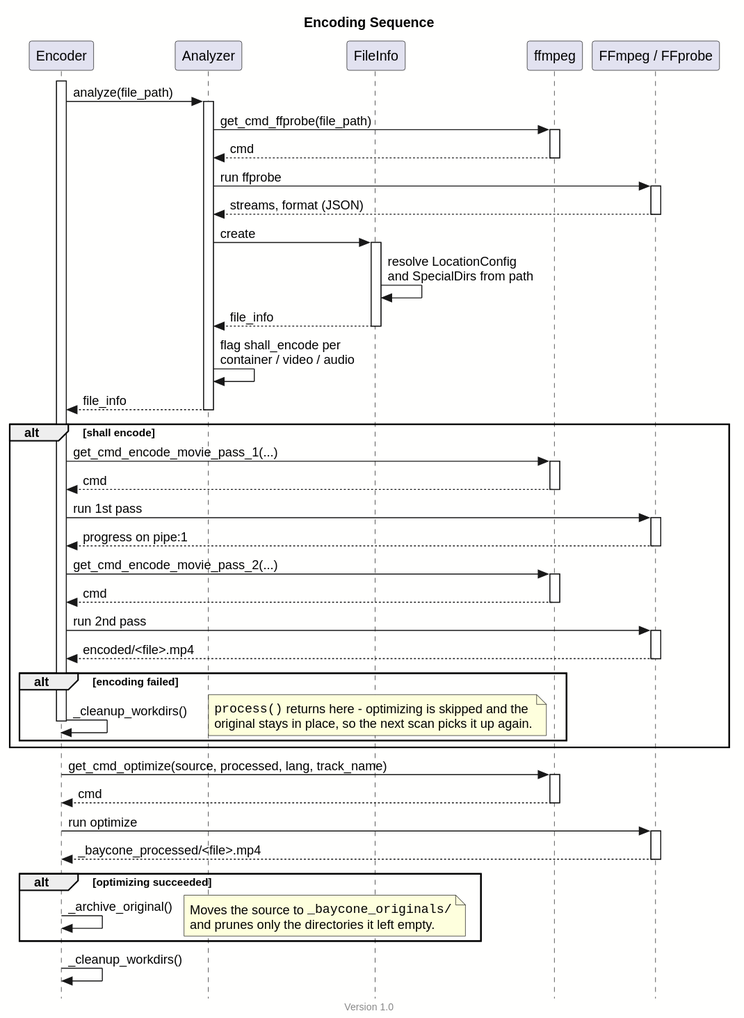
Above: docs/encoding_sequence.svg in theobaldik/baycone (PlantUML), before the change. Its source is kept beside it as docs/encoding_sequence.puml. Its diagram source:
```plantuml
@startuml encoding_sequence

title Encoding Sequence
footer \nVersion 1.0

skinparam style strictuml
skinparam backgroundColor #FFFFFE

participant "Encoder" as encoder
participant "Analyzer" as analyzer
participant "FileInfo" as file_info
participant "ffmpeg" as cmd
participant "FFmpeg / FFprobe" as proc

activate encoder

encoder -> analyzer : analyze(file_path)
activate analyzer

analyzer -> cmd : get_cmd_ffprobe(file_path)
activate cmd
cmd --> analyzer : cmd
deactivate cmd

analyzer -> proc : run ffprobe
activate proc
proc --> analyzer : streams, format (JSON)
deactivate proc

analyzer -> file_info : create
activate file_info
file_info -> file_info : resolve LocationConfig\nand SpecialDirs from path
file_info --> analyzer : file_info
deactivate file_info

analyzer -> analyzer : flag shall_encode per\ncontainer / video / audio
analyzer --> encoder : file_info
deactivate analyzer

alt shall encode
    encoder -> cmd : get_cmd_encode_movie_pass_1(...)
    activate cmd
    cmd --> encoder : cmd
    deactivate cmd
    encoder -> proc : run 1st pass
    activate proc
    proc --> encoder : progress on pipe:1
    deactivate proc

    encoder -> cmd : get_cmd_encode_movie_pass_2(...)
    activate cmd
    cmd --> encoder : cmd
    deactivate cmd
    encoder -> proc : run 2nd pass
    activate proc
    proc --> encoder : encoded/<file>.mp4
    deactivate proc

    alt encoding failed
        encoder -> encoder : _cleanup_workdirs()
        note right
            ""process()"" returns here - optimizing is skipped and the
            original stays in place, so the next scan picks it up again.
        end note
        deactivate encoder
    end
end

encoder -> cmd : get_cmd_optimize(source, processed, lang, track_name)
activate cmd
cmd --> encoder : cmd
deactivate cmd

encoder -> proc : run optimize
activate proc
proc --> encoder : _baycone_processed/<file>.mp4
deactivate proc

alt optimizing succeeded
    encoder -> encoder : _archive_original()
    note right
        Moves the source to ""_baycone_originals/""
        and prunes only the directories it left empty.
    end note
end

encoder -> encoder : _cleanup_workdirs()

@enduml
```
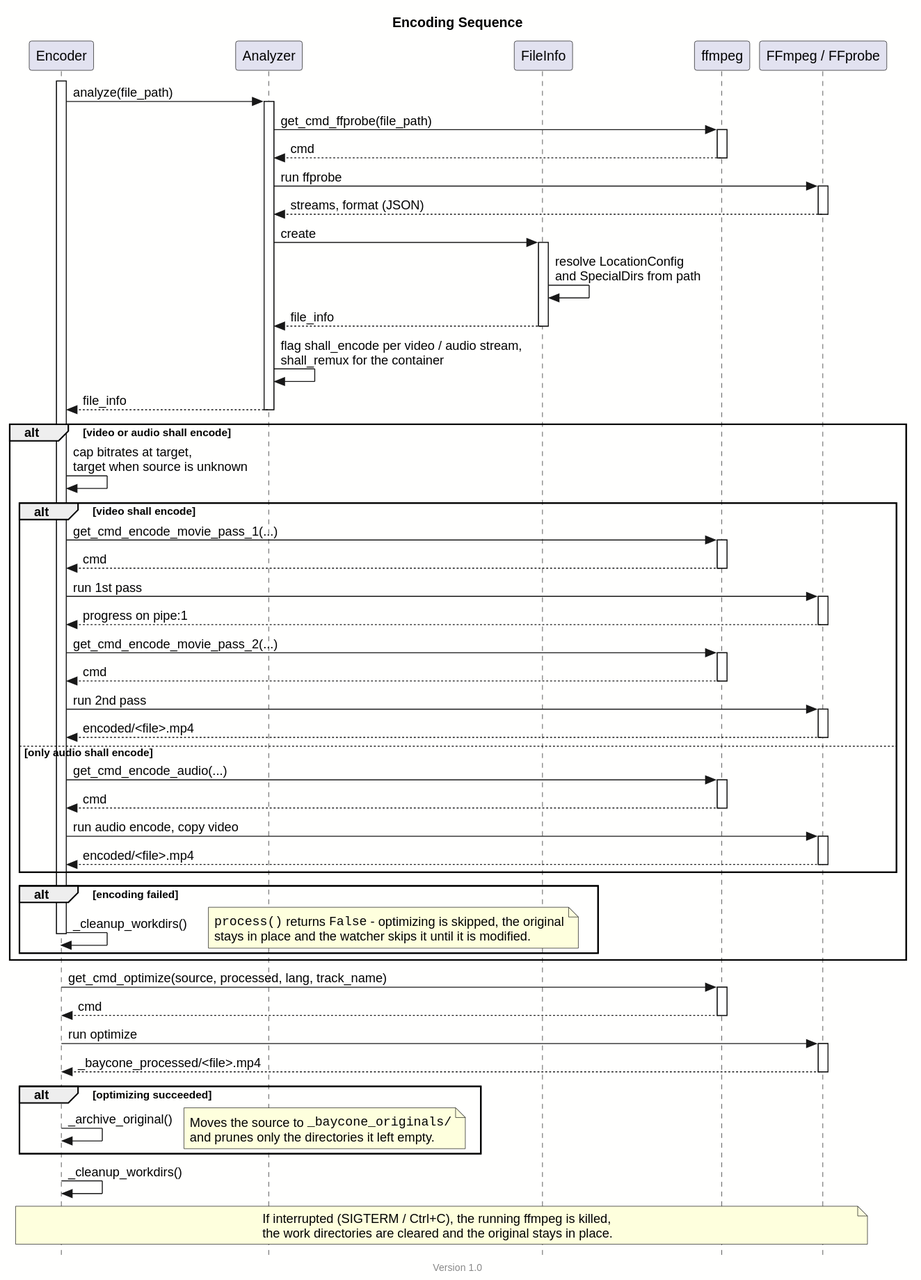
The same file after the commit.

Diff of the diagram source:
```diff
@@ -33,34 +33,47 @@
 file_info --> analyzer : file_info
 deactivate file_info
 
-analyzer -> analyzer : flag shall_encode per\ncontainer / video / audio
+analyzer -> analyzer : flag shall_encode per video / audio stream,\nshall_remux for the container
 analyzer --> encoder : file_info
 deactivate analyzer
 
-alt shall encode
-    encoder -> cmd : get_cmd_encode_movie_pass_1(...)
-    activate cmd
-    cmd --> encoder : cmd
-    deactivate cmd
-    encoder -> proc : run 1st pass
-    activate proc
-    proc --> encoder : progress on pipe:1
-    deactivate proc
+alt video or audio shall encode
+    encoder -> encoder : cap bitrates at target,\ntarget when source is unknown
 
-    encoder -> cmd : get_cmd_encode_movie_pass_2(...)
-    activate cmd
-    cmd --> encoder : cmd
-    deactivate cmd
-    encoder -> proc : run 2nd pass
-    activate proc
-    proc --> encoder : encoded/<file>.mp4
-    deactivate proc
+    alt video shall encode
+        encoder -> cmd : get_cmd_encode_movie_pass_1(...)
+        activate cmd
+        cmd --> encoder : cmd
+        deactivate cmd
+        encoder -> proc : run 1st pass
+        activate proc
+        proc --> encoder : progress on pipe:1
+        deactivate proc
+
+        encoder -> cmd : get_cmd_encode_movie_pass_2(...)
+        activate cmd
+        cmd --> encoder : cmd
+        deactivate cmd
+        encoder -> proc : run 2nd pass
+        activate proc
+        proc --> encoder : encoded/<file>.mp4
+        deactivate proc
+    else only audio shall encode
+        encoder -> cmd : get_cmd_encode_audio(...)
+        activate cmd
+        cmd --> encoder : cmd
+        deactivate cmd
+        encoder -> proc : run audio encode, copy video
+        activate proc
+        proc --> encoder : encoded/<file>.mp4
+        deactivate proc
+    end
 
     alt encoding failed
         encoder -> encoder : _cleanup_workdirs()
         note right
-            ""process()"" returns here - optimizing is skipped and the
-            original stays in place, so the next scan picks it up again.
+            ""process()"" returns ""False"" - optimizing is skipped, the original
+            stays in place and the watcher skips it until it is modified.
         end note
         deactivate encoder
     end
@@ -86,4 +99,9 @@
 
 encoder -> encoder : _cleanup_workdirs()
 
+note over encoder, proc
+    If interrupted (SIGTERM / Ctrl+C), the running ffmpeg is killed,
+    the work directories are cleared and the original stays in place.
+end note
+
 @enduml
```
